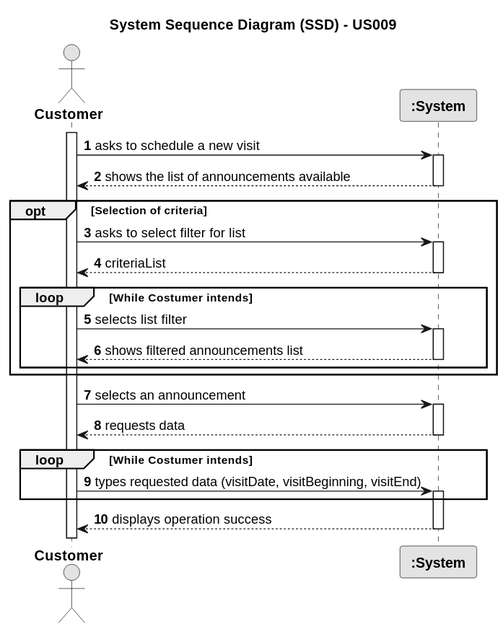
Above: docs/sprintD/us009/01.requirements-engineering/svg/us009-system-sequence-diagram.svg in rita-barbosa/LAPR2-2223 (PlantUML), before the change.
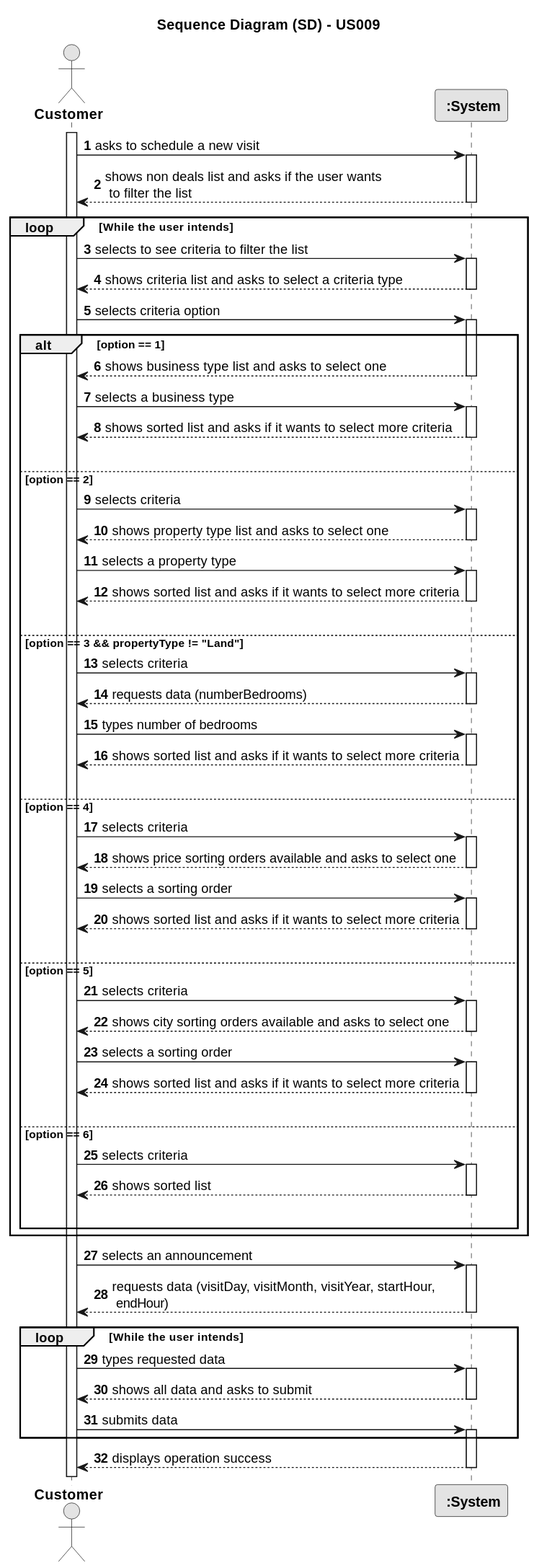
The same diagram one commit later.

What changed in the source:
```diff
@@ -3,53 +3,133 @@
 skinparam packageStyle rectangle
 skinparam shadowing false
 
-title System Sequence Diagram (SSD) - US009
+title Sequence Diagram (SD) - US009
 
 autonumber
 
 actor "<b> Customer </b>" as CTM
-participant "<b> :System </b>" as System
+participant "<b> :System</b>" as SYSTEM
 
 activate CTM
 
-    CTM -> System : asks to schedule a new visit
-        activate System
+    CTM -> SYSTEM : asks to schedule a new visit
+        activate SYSTEM
 
-    System --> CTM : shows the list of announcements available
-        deactivate System
+        SYSTEM --> CTM : shows non deals list and asks if the user wants\n to filter the list
+    deactivate SYSTEM
 
-    opt Selection of criteria
+    loop While the user intends
 
-        CTM -> System : asks to select filter for list
-        activate System
+    CTM -> SYSTEM : selects to see criteria to filter the list
+    activate SYSTEM
 
-        System --> CTM : criteriaList
-        deactivate System
+        SYSTEM --> CTM : shows criteria list and asks to select a criteria type
+    deactivate SYSTEM
 
-        loop While Costumer intends
+            CTM -> SYSTEM : selects criteria option
+            activate SYSTEM
 
-            CTM -> System : selects list filter
-            activate System
+            alt option == 1
 
-                System --> CTM : shows filtered announcements list
-            deactivate System
+                SYSTEM --> CTM : shows business type list and asks to select one
+                deactivate SYSTEM
+
+                CTM -> SYSTEM : selects a business type
+                activate SYSTEM
+
+                    SYSTEM --> CTM : shows sorted list and asks if it wants to select more criteria
+                deactivate SYSTEM
+|||
+            else option == 2
+
+                CTM -> SYSTEM : selects criteria
+                activate SYSTEM
+
+                SYSTEM --> CTM : shows property type list and asks to select one
+                deactivate SYSTEM
+
+                CTM -> SYSTEM : selects a property type
+                activate SYSTEM
+
+                    SYSTEM --> CTM : shows sorted list and asks if it wants to select more criteria
+                deactivate SYSTEM
+|||
+            else option == 3 && propertyType != "Land"
+
+                CTM -> SYSTEM : selects criteria
+                activate SYSTEM
+
+                SYSTEM --> CTM : requests data (numberBedrooms)
+                deactivate SYSTEM
+
+                CTM -> SYSTEM : types number of bedrooms
+                activate SYSTEM
+
+                    SYSTEM --> CTM : shows sorted list and asks if it wants to select more criteria
+                deactivate SYSTEM
+|||
+            else option == 4
+
+                CTM -> SYSTEM : selects criteria
+                activate SYSTEM
+
+                SYSTEM --> CTM : shows price sorting orders available and asks to select one
+                deactivate SYSTEM
+
+
+                CTM -> SYSTEM : selects a sorting order
+                activate SYSTEM
+
+                    SYSTEM --> CTM : shows sorted list and asks if it wants to select more criteria
+                deactivate SYSTEM
+|||
+            else option == 5
+
+                CTM -> SYSTEM : selects criteria
+                activate SYSTEM
+
+                SYSTEM --> CTM : shows city sorting orders available and asks to select one
+                deactivate SYSTEM
+
+
+                CTM -> SYSTEM : selects a sorting order
+                activate SYSTEM
+
+                    SYSTEM --> CTM : shows sorted list and asks if it wants to select more criteria
+                deactivate SYSTEM
+|||
+            else option == 6
+
+                CTM -> SYSTEM : selects criteria
+                activate SYSTEM
+
+                    SYSTEM --> CTM : shows sorted list
+                deactivate SYSTEM
+|||
+            deactivate SYSTEM
+
+            end alt
+
         end loop
 
-    end opt
+    CTM -> SYSTEM : selects an announcement
+        activate SYSTEM
 
-    CTM -> System : selects an announcement
-        activate System
+    SYSTEM --> CTM : requests data (visitDay, visitMonth, visitYear, startHour,\n endHour)
+        deactivate SYSTEM
 
-    System --> CTM : requests data
-        deactivate System
+    loop While the user intends
+    CTM -> SYSTEM : types requested data
+        activate SYSTEM
 
-    loop While Costumer intends
+    SYSTEM --> CTM : shows all data and asks to submit
+    deactivate SYSTEM
 
-    CTM -> System : types requested data (visitDate, visitBeginning, visitEnd)
-        activate System
+    CTM -> SYSTEM : submits data
+    activate SYSTEM
 
     end loop
 
-    System --> CTM : displays operation success
-        deactivate System
+    SYSTEM --> CTM : displays operation success
+    deactivate SYSTEM
 @enduml
```
